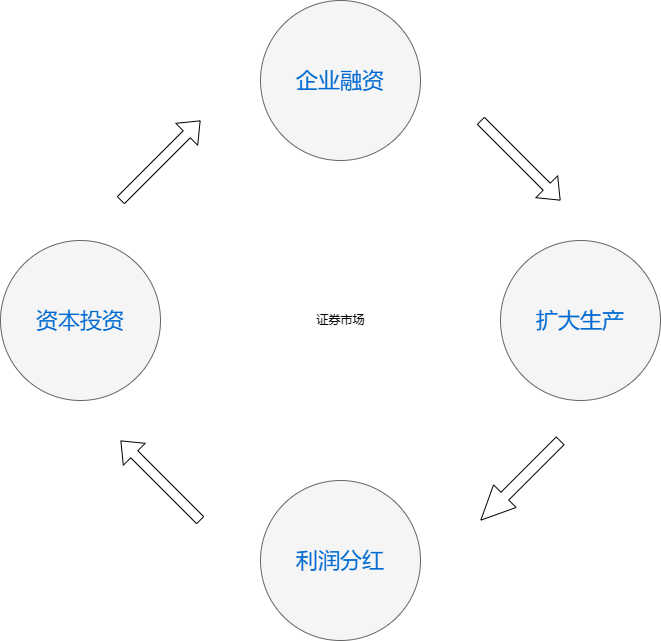
Earlier version of the draw.io export trade1.drawio.png (dongshanxiao/FlowCharts). Source tidied: cells renumbered, new cells last; positions are measured from the earlier drawing's top-left corner, leaving out a move shared by most shapes.
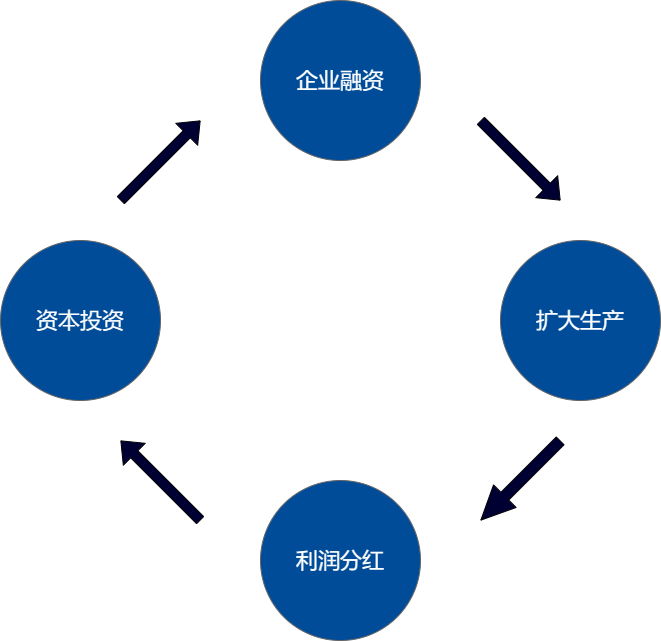
After the commit.

Change to the diagram source:
```diff
@@ -2,25 +2,25 @@
   <root>
     <mxCell id="0" />
     <mxCell id="1" parent="0" />
-    <mxCell id="2" value="企业融资" style="ellipse;whiteSpace=wrap;html=1;rounded=0;shadow=0;dashed=0;comic=0;fontFamily=Verdana;fontSize=22;fontColor=#0069D1;fillColor=#f5f5f5;strokeColor=#666666;" parent="1" vertex="1">
+    <mxCell id="2" value="&lt;font color=&quot;#ffffff&quot;&gt;企业融资&lt;/font&gt;" style="ellipse;whiteSpace=wrap;html=1;rounded=0;shadow=0;dashed=0;comic=0;fontFamily=Verdana;fontSize=22;fontColor=#0069D1;fillColor=#004C99;strokeColor=#666666;" parent="1" vertex="1">
       <mxGeometry x="260" width="160" height="160" as="geometry" />
     </mxCell>
-    <mxCell id="3" value="利润分红" style="ellipse;whiteSpace=wrap;html=1;rounded=0;shadow=0;dashed=0;comic=0;fontFamily=Verdana;fontSize=22;fontColor=#0069D1;fillColor=#f5f5f5;strokeColor=#666666;" parent="1" vertex="1">
+    <mxCell id="3" value="&lt;font color=&quot;#ffffff&quot;&gt;利润分红&lt;/font&gt;" style="ellipse;whiteSpace=wrap;html=1;rounded=0;shadow=0;dashed=0;comic=0;fontFamily=Verdana;fontSize=22;fontColor=#0069D1;fillColor=#004C99;strokeColor=#666666;" parent="1" vertex="1">
       <mxGeometry x="260" y="480" width="160" height="160" as="geometry" />
     </mxCell>
-    <mxCell id="4" value="扩大生产" style="ellipse;whiteSpace=wrap;html=1;rounded=0;shadow=0;dashed=0;comic=0;fontFamily=Verdana;fontSize=22;fontColor=#0069D1;fillColor=#f5f5f5;strokeColor=#666666;" parent="1" vertex="1">
+    <mxCell id="4" value="&lt;font color=&quot;#ffffff&quot;&gt;扩大生产&lt;/font&gt;" style="ellipse;whiteSpace=wrap;html=1;rounded=0;shadow=0;dashed=0;comic=0;fontFamily=Verdana;fontSize=22;fontColor=#0069D1;fillColor=#004C99;strokeColor=#666666;" parent="1" vertex="1">
       <mxGeometry x="500" y="240" width="160" height="160" as="geometry" />
     </mxCell>
-    <mxCell id="5" value="资本投资" style="ellipse;whiteSpace=wrap;html=1;rounded=0;shadow=0;dashed=0;comic=0;fontFamily=Verdana;fontSize=22;fontColor=#0069D1;fillColor=#f5f5f5;strokeColor=#666666;" parent="1" vertex="1">
+    <mxCell id="5" value="&lt;font color=&quot;#ffffff&quot;&gt;资本投资&lt;/font&gt;" style="ellipse;whiteSpace=wrap;html=1;rounded=0;shadow=0;dashed=0;comic=0;fontFamily=Verdana;fontSize=22;fontColor=#0069D1;fillColor=#004C99;strokeColor=#666666;" parent="1" vertex="1">
       <mxGeometry y="240" width="160" height="160" as="geometry" />
     </mxCell>
-    <mxCell id="6" style="shape=flexArrow;endArrow=classic;html=1;rounded=0;" parent="1" edge="1">
+    <mxCell id="6" style="shape=flexArrow;endArrow=classic;html=1;rounded=0;fillColor=#000033;" parent="1" edge="1">
       <mxGeometry relative="1" as="geometry">
         <mxPoint x="120" y="200" as="sourcePoint" />
         <mxPoint x="200" y="120" as="targetPoint" />
       </mxGeometry>
     </mxCell>
-    <mxCell id="7" style="shape=flexArrow;endArrow=classic;html=1;rounded=0;" parent="1" edge="1">
+    <mxCell id="7" style="shape=flexArrow;endArrow=classic;html=1;rounded=0;fillColor=#000033;" parent="1" edge="1">
       <mxGeometry relative="1" as="geometry">
         <mxPoint x="480" y="120" as="sourcePoint" />
         <mxPoint x="560" y="200" as="targetPoint" />
@@ -29,7 +29,7 @@
         </Array>
       </mxGeometry>
     </mxCell>
-    <mxCell id="8" style="shape=flexArrow;endArrow=classic;html=1;rounded=0;width=11;endSize=10.98;" parent="1" edge="1">
+    <mxCell id="8" style="shape=flexArrow;endArrow=classic;html=1;rounded=0;width=11;endSize=10.98;fillColor=#000033;" parent="1" edge="1">
       <mxGeometry relative="1" as="geometry">
         <mxPoint x="560" y="440" as="sourcePoint" />
         <mxPoint x="480" y="520" as="targetPoint" />
@@ -38,14 +38,14 @@
         </Array>
       </mxGeometry>
     </mxCell>
-    <mxCell id="9" style="shape=flexArrow;endArrow=classic;html=1;rounded=0;" parent="1" edge="1">
+    <mxCell id="9" style="shape=flexArrow;endArrow=classic;html=1;rounded=0;fillColor=#000033;" parent="1" edge="1">
       <mxGeometry relative="1" as="geometry">
         <mxPoint x="200" y="520" as="sourcePoint" />
         <mxPoint x="120" y="440" as="targetPoint" />
       </mxGeometry>
     </mxCell>
-    <mxCell id="10" value="证券市场" style="text;html=1;align=center;verticalAlign=middle;strokeColor=none;fillColor=none;" parent="1" vertex="1">
-      <mxGeometry x="305" y="305" width="70" height="30" as="geometry" />
+    <mxCell id="10" value="&lt;font color=&quot;#ffffff&quot; style=&quot;font-size: 36px;&quot;&gt;证券市场&lt;/font&gt;" style="text;html=1;align=center;verticalAlign=middle;strokeColor=none;fillColor=none;" parent="1" vertex="1">
+      <mxGeometry x="255" y="290" width="170" height="60" as="geometry" />
     </mxCell>
   </root>
 </mxGraphModel>
```
